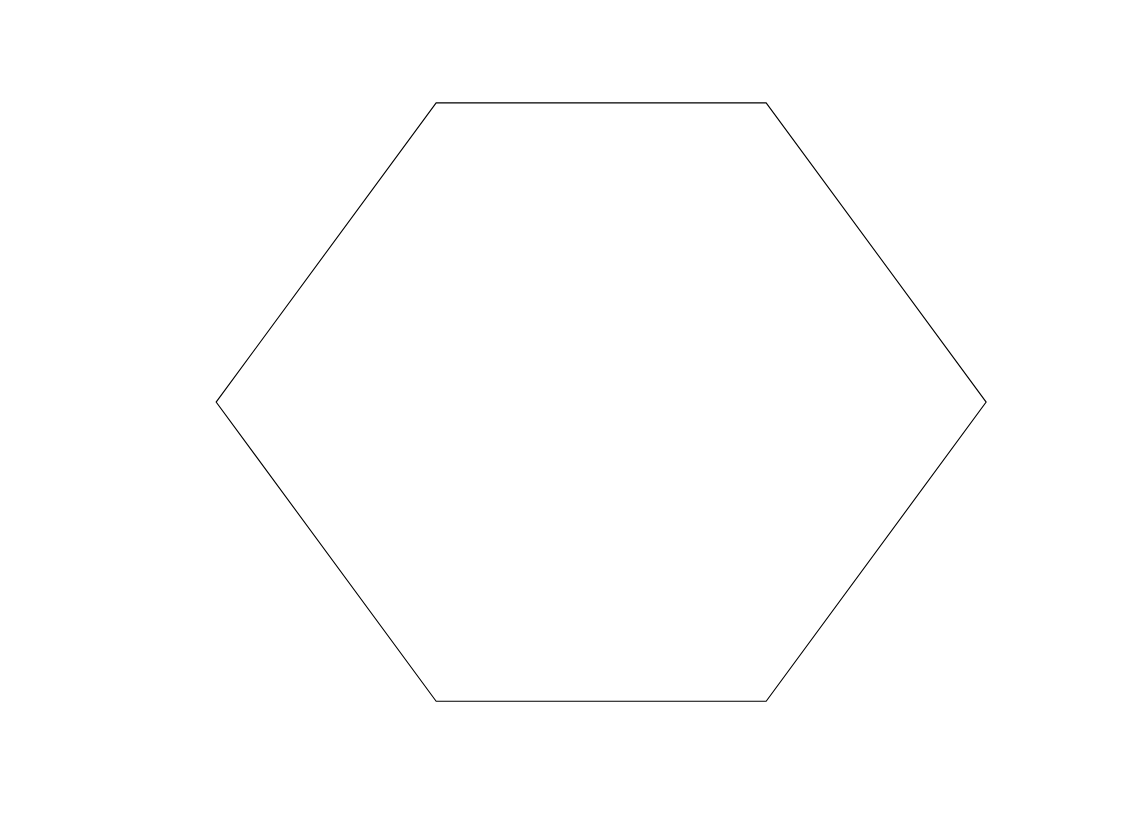
The draw.io diagram Towerkanzel.drawio in meetSeb/Computer-Network, before the edit. Source tidied: cells renumbered, new cells numbered last; positions are measured from the earlier drawing's top-left corner, leaving out a move shared by most shapes. Both pictures are drawn from the tidied source at 110%, with x=0, y=0 at pixel (216, 102).
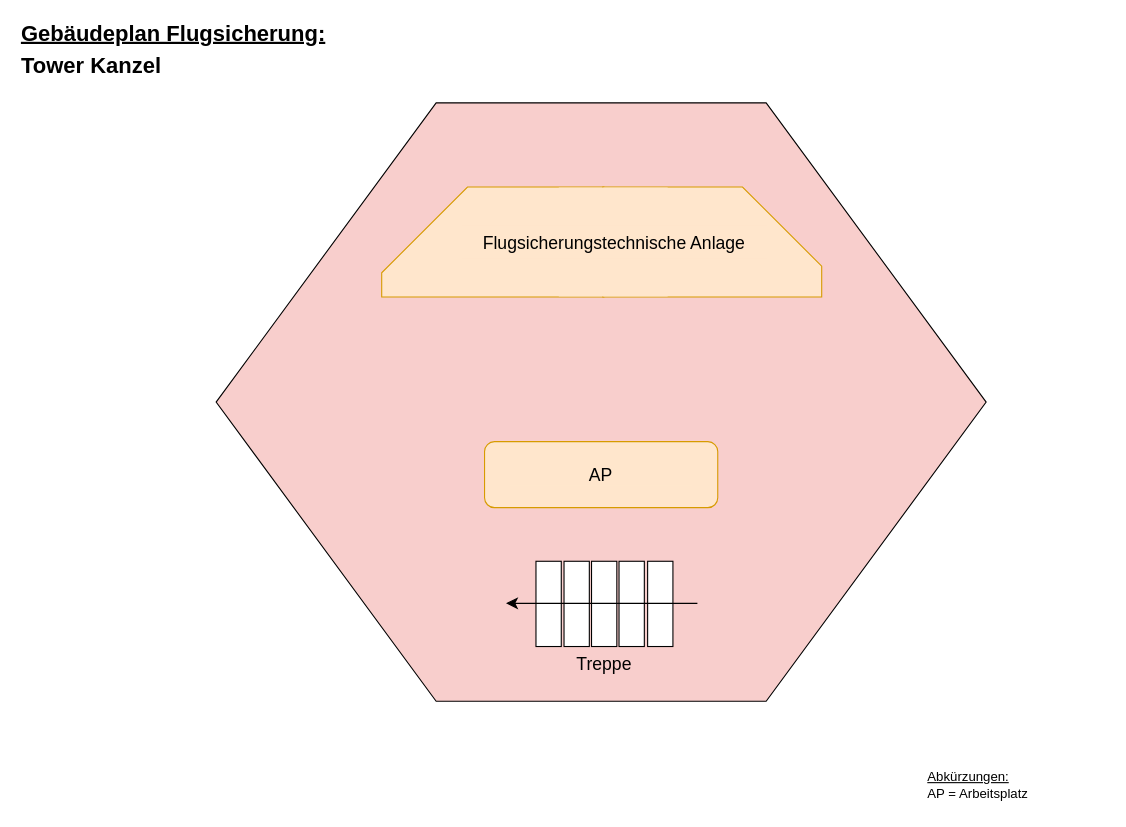
The same page after the edit.

Change to the diagram source:
```diff
@@
 <mxGraphModel>
   <root>
     <mxCell id="0" />
     <mxCell id="1" parent="0" />
-    <mxCell id="2" style="shape=hexagon;perimeter=hexagonPerimeter2;whiteSpace=wrap;html=1;fixedSize=1;size=200;" parent="1" vertex="1">
+    <mxCell id="2" style="shape=hexagon;perimeter=hexagonPerimeter2;whiteSpace=wrap;html=1;fixedSize=1;size=200;fillColor=#f8cecc;strokeColor=#000000;" parent="1" vertex="1">
       <mxGeometry width="700" height="544" as="geometry" />
     </mxCell>
+    <mxCell id="3" style="shape=card;whiteSpace=wrap;html=1;rotation=90;size=78;flipV=1;fillColor=#ffe6cc;strokeColor=#d79b00;" parent="1" vertex="1">
+      <mxGeometry x="201.5" y="25.5" width="100" height="202" as="geometry" />
+    </mxCell>
+    <mxCell id="4" style="shape=card;whiteSpace=wrap;html=1;rotation=90;size=72;fillColor=#ffe6cc;strokeColor=#d79b00;" parent="1" vertex="1">
+      <mxGeometry x="401" y="27" width="100" height="199" as="geometry" />
+    </mxCell>
+    <mxCell id="5" style="whiteSpace=wrap;html=1;strokeColor=none;fillColor=#ffe6cc;" parent="1" vertex="1">
+      <mxGeometry x="311.5" y="77" width="99" height="99" as="geometry" />
+    </mxCell>
+    <mxCell id="6" style="rounded=1;whiteSpace=wrap;html=1;fillColor=#ffe6cc;strokeColor=#d79b00;" parent="1" vertex="1">
+      <mxGeometry x="244" y="308" width="212" height="60" as="geometry" />
+    </mxCell>
+    <mxCell id="7" style="rounded=0;whiteSpace=wrap;html=1;rotation=-90;" parent="1" vertex="1">
+      <mxGeometry x="365" y="444" width="77.5" height="23" as="geometry" />
+    </mxCell>
+    <mxCell id="8" style="rounded=0;whiteSpace=wrap;html=1;rotation=-90;" parent="1" vertex="1">
+      <mxGeometry x="339" y="444" width="77.5" height="23" as="geometry" />
+    </mxCell>
+    <mxCell id="9" style="rounded=0;whiteSpace=wrap;html=1;rotation=-90;" parent="1" vertex="1">
+      <mxGeometry x="314" y="444" width="77.5" height="23" as="geometry" />
+    </mxCell>
+    <mxCell id="10" style="rounded=0;whiteSpace=wrap;html=1;rotation=-90;" parent="1" vertex="1">
+      <mxGeometry x="289" y="444" width="77.5" height="23" as="geometry" />
+    </mxCell>
+    <mxCell id="11" style="rounded=0;whiteSpace=wrap;html=1;rotation=-90;" parent="1" vertex="1">
+      <mxGeometry x="263.5" y="444" width="77.5" height="23" as="geometry" />
+    </mxCell>
+    <mxCell id="12" style="endArrow=classic;html=1;rounded=0;fontSize=12;startSize=8;endSize=8;curved=1;" parent="1" edge="1">
+      <mxGeometry relative="1" as="geometry">
+        <mxPoint x="437.5" y="455" as="sourcePoint" />
+        <mxPoint x="263.5" y="455" as="targetPoint" />
+      </mxGeometry>
+    </mxCell>
+    <mxCell id="13" value="Flugsicherungstechnische Anlage" style="text;strokeColor=none;fillColor=#ffe6cc;html=1;align=center;verticalAlign=middle;whiteSpace=wrap;rounded=0;fontSize=16;" parent="1" vertex="1">
+      <mxGeometry x="223" y="111.5" width="278" height="30" as="geometry" />
+    </mxCell>
+    <mxCell id="14" value="&lt;font style=&quot;font-size: 16px;&quot;&gt;AP&lt;/font&gt;" style="text;strokeColor=none;fillColor=#ffe6cc;html=1;align=center;verticalAlign=middle;whiteSpace=wrap;rounded=0;fontSize=16;" parent="1" vertex="1">
+      <mxGeometry x="267" y="328.5" width="166" height="19" as="geometry" />
+    </mxCell>
+    <mxCell id="15" value="Treppe" style="text;html=1;align=center;verticalAlign=middle;whiteSpace=wrap;rounded=0;fontSize=16;" parent="1" vertex="1">
+      <mxGeometry x="269.8" y="500" width="166" height="19" as="geometry" />
+    </mxCell>
+    <mxCell id="16" value="&lt;font style=&quot;font-size: 20px;&quot;&gt;&lt;u&gt;Gebäudeplan Flugsicherung:&lt;/u&gt;&lt;/font&gt;&lt;div style=&quot;font-size: 20px; line-height: 170%;&quot;&gt;&lt;font style=&quot;font-size: 20px;&quot;&gt;Tower Kanzel&lt;/font&gt;&lt;/div&gt;" style="text;html=1;align=left;verticalAlign=middle;whiteSpace=wrap;rounded=0;fontSize=16;fontStyle=1;" parent="1" vertex="1">
+      <mxGeometry x="-179" y="-57" width="440" height="19" as="geometry" />
+    </mxCell>
+    <mxCell id="17" value="&lt;u style=&quot;font-size: 12px;&quot;&gt;&lt;font style=&quot;font-size: 12px;&quot;&gt;Abkürzungen:&lt;/font&gt;&lt;/u&gt;&lt;div style=&quot;font-size: 12px;&quot;&gt;&lt;font style=&quot;font-size: 12px;&quot;&gt;AP = Arbeitsplatz&lt;/font&gt;&lt;/div&gt;" style="text;html=1;align=left;verticalAlign=middle;whiteSpace=wrap;rounded=0;fontSize=16;" parent="1" vertex="1">
+      <mxGeometry x="645" y="594" width="166" height="47" as="geometry" />
+    </mxCell>
   </root>
 </mxGraphModel>
```
